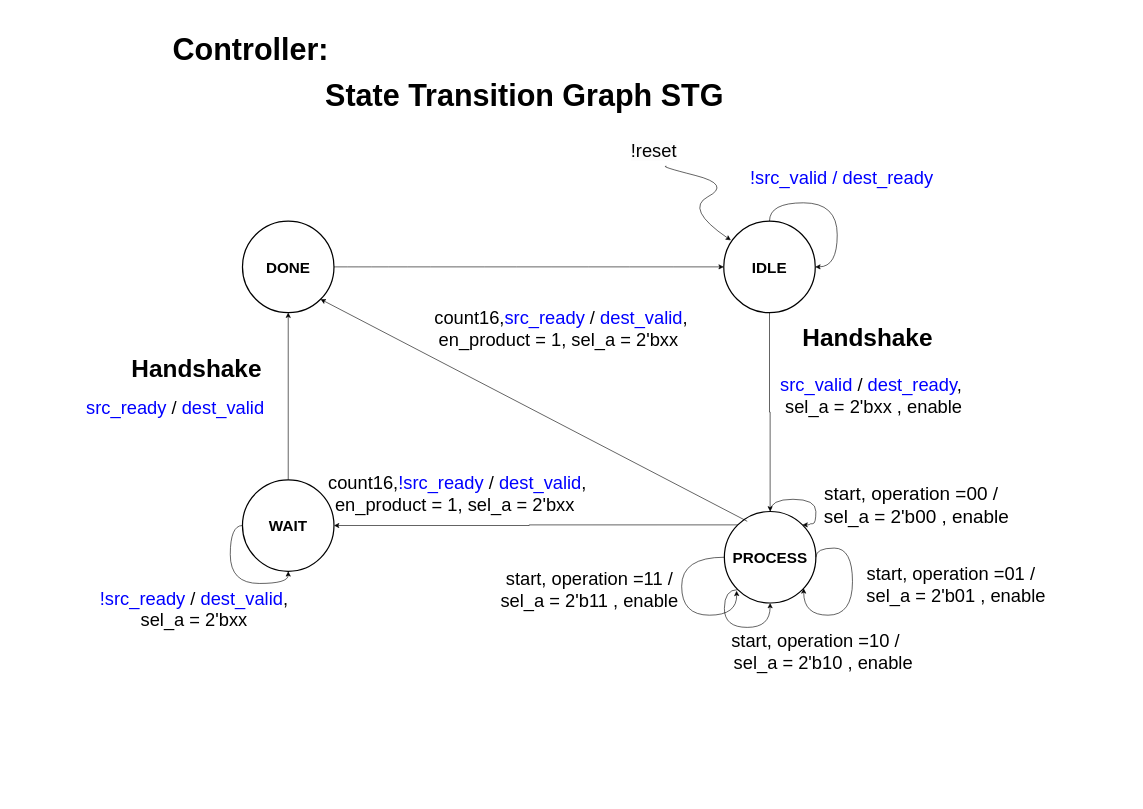
Earlier version of the draw.io diagram Nasir/docs/Controller_val_ready.drawio (medsuet/Xcelerium-IC-Design-Training). Source tidied: cells renumbered, new cells numbered last; positions are measured from the earlier drawing's top-left corner, leaving out a move shared by most shapes. Both pictures are drawn from the tidied source at 61%, with x=0, y=0 at pixel (10, 27).
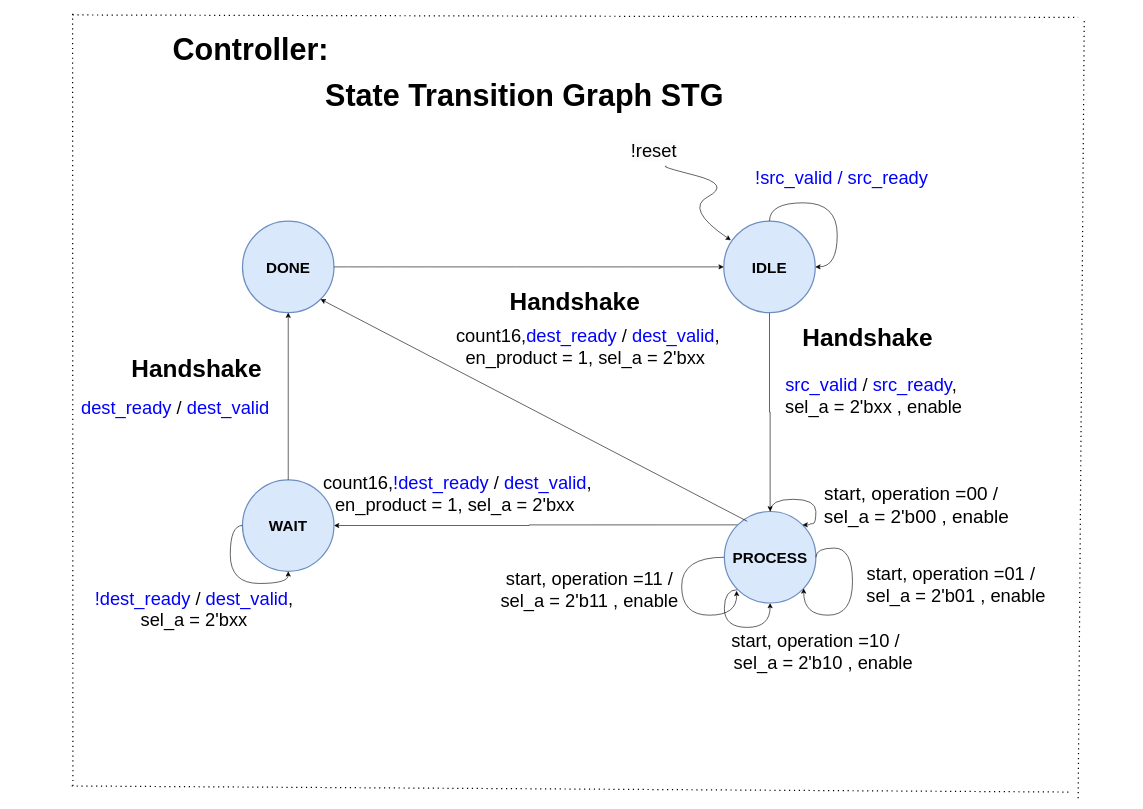
Above is the later version.

Change to the diagram source:
```diff
@@
-    <mxCell id="4" value="&lt;b style=&quot;font-size: 25px;&quot;&gt;IDLE&lt;/b&gt;" style="ellipse;whiteSpace=wrap;html=1;strokeWidth=2;" parent="1" vertex="1">
+    <mxCell id="4" value="&lt;b style=&quot;font-size: 25px;&quot;&gt;IDLE&lt;/b&gt;" style="ellipse;whiteSpace=wrap;html=1;strokeWidth=2;fillColor=#dae8fc;strokeColor=#6c8ebf;" parent="1" vertex="1">
       <mxGeometry x="1169" y="318" width="150" height="150" as="geometry" />
     </mxCell>
@@
-    <mxCell id="8" value="&lt;b style=&quot;font-size: 25px;&quot;&gt;PROCESS&lt;/b&gt;" style="ellipse;whiteSpace=wrap;html=1;strokeWidth=2;" parent="1" vertex="1">
+    <mxCell id="8" value="&lt;b style=&quot;font-size: 25px;&quot;&gt;PROCESS&lt;/b&gt;" style="ellipse;whiteSpace=wrap;html=1;strokeWidth=2;fillColor=#dae8fc;strokeColor=#6c8ebf;" parent="1" vertex="1">
       <mxGeometry x="1170" y="794" width="150" height="150" as="geometry" />
     </mxCell>
@@
-    <mxCell id="10" value="&lt;font style=&quot;font-size: 30px;&quot;&gt;&lt;font color=&quot;#0000ff&quot;&gt;!src_valid / dest_ready&lt;/font&gt;&lt;/font&gt;" style="text;html=1;align=center;verticalAlign=middle;whiteSpace=wrap;rounded=0;" parent="1" vertex="1">
+    <mxCell id="10" value="&lt;font style=&quot;font-size: 30px;&quot;&gt;&lt;font color=&quot;#0000ff&quot;&gt;!src_valid / src_ready&lt;/font&gt;&lt;/font&gt;" style="text;html=1;align=center;verticalAlign=middle;whiteSpace=wrap;rounded=0;" parent="1" vertex="1">
       <mxGeometry x="1205" y="214" width="315" height="64" as="geometry" />
     </mxCell>
-    <mxCell id="11" value="&lt;font style=&quot;font-size: 30px;&quot;&gt;&lt;font color=&quot;#0000ff&quot;&gt;src_valid&lt;/font&gt; / &lt;font color=&quot;#0000ff&quot;&gt;dest_ready&lt;/font&gt;,&amp;nbsp;&lt;/font&gt;&lt;div&gt;&lt;font style=&quot;font-size: 30px;&quot;&gt;sel_a = 2'bxx , enable&lt;/font&gt;&lt;/div&gt;" style="text;html=1;align=center;verticalAlign=middle;whiteSpace=wrap;rounded=0;" parent="1" vertex="1">
+    <mxCell id="11" value="&lt;font style=&quot;font-size: 30px;&quot;&gt;&lt;font color=&quot;#0000ff&quot;&gt;src_valid&lt;/font&gt; / &lt;font color=&quot;#0000ff&quot;&gt;src_ready&lt;/font&gt;,&amp;nbsp;&lt;/font&gt;&lt;div&gt;&lt;font style=&quot;font-size: 30px;&quot;&gt;sel_a = 2'bxx , enable&lt;/font&gt;&lt;/div&gt;" style="text;html=1;align=center;verticalAlign=middle;whiteSpace=wrap;rounded=0;" parent="1" vertex="1">
       <mxGeometry x="1110" y="574" width="610" height="60" as="geometry" />
     </mxCell>
@@
-    <mxCell id="18" value="&lt;font style=&quot;font-size: 30px;&quot;&gt;count16,&lt;font color=&quot;#0000ff&quot;&gt;!src_ready&lt;/font&gt; /&amp;nbsp;&lt;font color=&quot;#0000ff&quot;&gt;dest_valid&lt;/font&gt;,&lt;/font&gt;&lt;div&gt;&lt;span style=&quot;font-size: 30px;&quot;&gt;en_product = 1,&amp;nbsp;&lt;/span&gt;&lt;span style=&quot;font-size: 30px; background-color: initial;&quot;&gt;sel_a = 2'bxx&amp;nbsp;&lt;/span&gt;&lt;/div&gt;" style="text;html=1;align=center;verticalAlign=middle;whiteSpace=wrap;rounded=0;" parent="1" vertex="1">
+    <mxCell id="18" value="&lt;font style=&quot;font-size: 30px;&quot;&gt;count16,&lt;font color=&quot;#0000ff&quot;&gt;!dest_ready&lt;/font&gt; /&amp;nbsp;&lt;font color=&quot;#0000ff&quot;&gt;dest_valid&lt;/font&gt;,&lt;/font&gt;&lt;div&gt;&lt;span style=&quot;font-size: 30px;&quot;&gt;en_product = 1,&amp;nbsp;&lt;/span&gt;&lt;span style=&quot;font-size: 30px; background-color: initial;&quot;&gt;sel_a = 2'bxx&amp;nbsp;&lt;/span&gt;&lt;/div&gt;" style="text;html=1;align=center;verticalAlign=middle;whiteSpace=wrap;rounded=0;" parent="1" vertex="1">
       <mxGeometry x="510" y="734" width="445" height="60" as="geometry" />
     </mxCell>
@@
-    <mxCell id="20" value="&lt;b style=&quot;font-size: 25px;&quot;&gt;WAIT&lt;/b&gt;" style="ellipse;whiteSpace=wrap;html=1;strokeWidth=2;" parent="1" vertex="1">
+    <mxCell id="20" value="&lt;b style=&quot;font-size: 25px;&quot;&gt;WAIT&lt;/b&gt;" style="ellipse;whiteSpace=wrap;html=1;strokeWidth=2;fillColor=#dae8fc;strokeColor=#6c8ebf;" parent="1" vertex="1">
       <mxGeometry x="380" y="742" width="150" height="150" as="geometry" />
     </mxCell>
-    <mxCell id="21" value="&lt;font style=&quot;font-size: 30px;&quot;&gt;&lt;font color=&quot;#0000ff&quot;&gt;!src_ready&lt;/font&gt; /&amp;nbsp;&lt;font color=&quot;#0000ff&quot;&gt;dest_valid&lt;/font&gt;,&amp;nbsp;&lt;/font&gt;&lt;div&gt;&lt;font style=&quot;font-size: 30px;&quot;&gt;sel_a = 2'bxx&amp;nbsp;&lt;/font&gt;&lt;/div&gt;" style="text;html=1;align=center;verticalAlign=middle;whiteSpace=wrap;rounded=0;" parent="1" vertex="1">
+    <mxCell id="21" value="&lt;font style=&quot;font-size: 30px;&quot;&gt;&lt;font color=&quot;#0000ff&quot;&gt;!dest_ready&lt;/font&gt; /&amp;nbsp;&lt;font color=&quot;#0000ff&quot;&gt;dest_valid&lt;/font&gt;,&amp;nbsp;&lt;/font&gt;&lt;div&gt;&lt;font style=&quot;font-size: 30px;&quot;&gt;sel_a = 2'bxx&amp;nbsp;&lt;/font&gt;&lt;/div&gt;" style="text;html=1;align=center;verticalAlign=middle;whiteSpace=wrap;rounded=0;" parent="1" vertex="1">
       <mxGeometry x="70" y="924" width="470" height="60" as="geometry" />
     </mxCell>
@@
-    <mxCell id="23" value="&lt;b style=&quot;font-size: 25px;&quot;&gt;DONE&lt;/b&gt;" style="ellipse;whiteSpace=wrap;html=1;strokeWidth=2;" parent="1" vertex="1">
+    <mxCell id="23" value="&lt;b style=&quot;font-size: 25px;&quot;&gt;DONE&lt;/b&gt;" style="ellipse;whiteSpace=wrap;html=1;strokeWidth=2;fillColor=#dae8fc;strokeColor=#6c8ebf;" parent="1" vertex="1">
       <mxGeometry x="380" y="318" width="150" height="150" as="geometry" />
     </mxCell>
@@
-    <mxCell id="26" value="&lt;font style=&quot;font-size: 30px;&quot;&gt;&lt;font color=&quot;#0000ff&quot;&gt;src_ready&amp;nbsp;&lt;/font&gt;/ &lt;font color=&quot;#0000ff&quot;&gt;dest_valid&lt;/font&gt;&lt;/font&gt;" style="text;html=1;align=center;verticalAlign=middle;whiteSpace=wrap;rounded=0;" parent="1" vertex="1">
+    <mxCell id="26" value="&lt;font style=&quot;font-size: 30px;&quot;&gt;&lt;font color=&quot;#0000ff&quot;&gt;dest_ready&amp;nbsp;&lt;/font&gt;/ &lt;font color=&quot;#0000ff&quot;&gt;dest_valid&lt;/font&gt;&lt;/font&gt;" style="text;html=1;align=center;verticalAlign=middle;whiteSpace=wrap;rounded=0;" parent="1" vertex="1">
       <mxGeometry y="594" width="540" height="60" as="geometry" />
     </mxCell>
@@
-    <mxCell id="31" value="&lt;font style=&quot;font-size: 30px;&quot;&gt;count16,&lt;font color=&quot;#0000ff&quot;&gt;src_ready&lt;/font&gt; /&amp;nbsp;&lt;font color=&quot;#0000ff&quot;&gt;dest_valid&lt;/font&gt;,&lt;/font&gt;&lt;div&gt;&lt;span style=&quot;font-size: 30px;&quot;&gt;en_product = 1,&amp;nbsp;&lt;/span&gt;&lt;span style=&quot;font-size: 30px; background-color: initial;&quot;&gt;sel_a = 2'bxx&amp;nbsp;&lt;/span&gt;&lt;/div&gt;" style="text;html=1;align=center;verticalAlign=middle;whiteSpace=wrap;rounded=0;" parent="1" vertex="1">
-      <mxGeometry x="680" y="464" width="445" height="60" as="geometry" />
+    <mxCell id="31" value="&lt;font style=&quot;font-size: 30px;&quot;&gt;count16,&lt;font color=&quot;#0000ff&quot;&gt;dest_ready&lt;/font&gt; /&amp;nbsp;&lt;font color=&quot;#0000ff&quot;&gt;dest_valid&lt;/font&gt;,&lt;/font&gt;&lt;div&gt;&lt;span style=&quot;font-size: 30px;&quot;&gt;en_product = 1,&amp;nbsp;&lt;/span&gt;&lt;span style=&quot;font-size: 30px; background-color: initial;&quot;&gt;sel_a = 2'bxx&amp;nbsp;&lt;/span&gt;&lt;/div&gt;" style="text;html=1;align=center;verticalAlign=middle;whiteSpace=wrap;rounded=0;" parent="1" vertex="1">
+      <mxGeometry x="724" y="494" width="445" height="60" as="geometry" />
     </mxCell>
+    <mxCell id="32" value="&lt;font style=&quot;font-size: 40px;&quot;&gt;&lt;b&gt;Handshake&lt;/b&gt;&lt;/font&gt;" style="text;html=1;align=center;verticalAlign=middle;whiteSpace=wrap;rounded=0;" parent="1" vertex="1">
+      <mxGeometry x="770" y="414" width="310" height="70" as="geometry" />
+    </mxCell>
+    <mxCell id="33" style="endArrow=none;dashed=1;html=1;dashPattern=1 3;strokeWidth=2;rounded=0;" parent="1" edge="1">
+      <mxGeometry relative="1" as="geometry">
+        <mxPoint x="102" y="1244" as="sourcePoint" />
+        <mxPoint x="101.5" y="-26" as="targetPoint" />
+      </mxGeometry>
+    </mxCell>
+    <mxCell id="34" style="endArrow=none;dashed=1;html=1;dashPattern=1 3;strokeWidth=2;rounded=0;" parent="1" edge="1">
+      <mxGeometry relative="1" as="geometry">
+        <mxPoint x="1750" y="1264" as="sourcePoint" />
+        <mxPoint x="1760" y="-16" as="targetPoint" />
+      </mxGeometry>
+    </mxCell>
+    <mxCell id="35" style="endArrow=none;dashed=1;html=1;dashPattern=1 3;strokeWidth=2;rounded=0;" parent="1" edge="1">
+      <mxGeometry relative="1" as="geometry">
+        <mxPoint x="101.5" y="-20" as="sourcePoint" />
+        <mxPoint x="1750" y="-16" as="targetPoint" />
+      </mxGeometry>
+    </mxCell>
+    <mxCell id="36" style="endArrow=none;dashed=1;html=1;dashPattern=1 3;strokeWidth=2;rounded=0;" parent="1" edge="1">
+      <mxGeometry relative="1" as="geometry">
+        <mxPoint x="100" y="1244" as="sourcePoint" />
+        <mxPoint x="1740" y="1254" as="targetPoint" />
+      </mxGeometry>
+    </mxCell>
```
